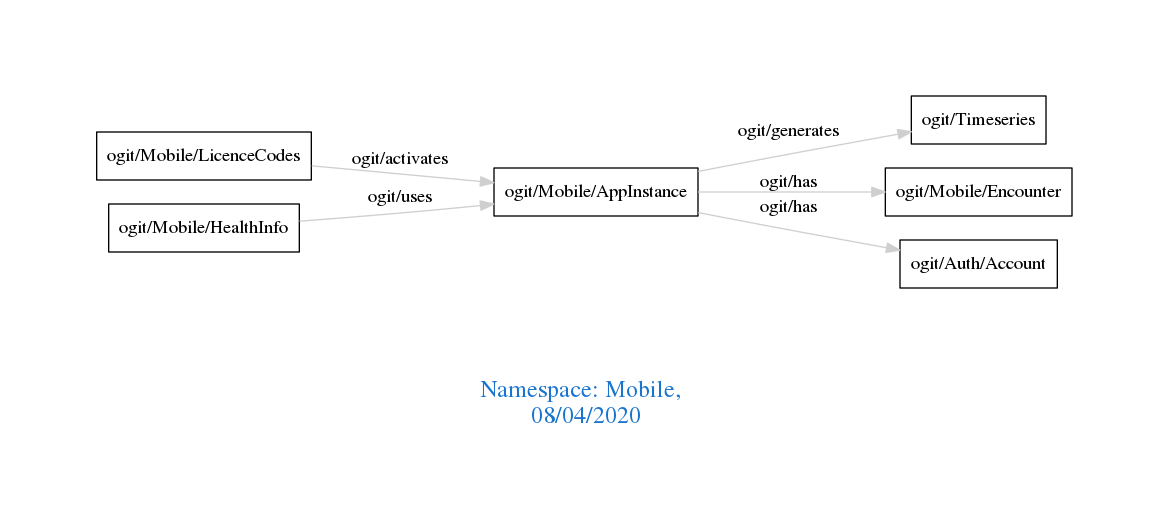
This is downloads/Mobile.png from arago/OGIT, a Graphviz export, as it was before one commit. Its source is kept beside it as downloads/Mobile.dot. The source it was exported from:
```dot
digraph OGIT_ontology {
 graph [ rankdir= LR,pad=1
fontsize = 18,
fontcolor= dodgerblue3,label = "\n\n\nNamespace: Mobile, \n 08/04/2020"];
node[shape=polygon];
edge [  color="gray81"];

   "ogit/Mobile/AppInstance" -> "ogit/Timeseries" [label="   ogit/generates    "];
   "ogit/Mobile/LicenceCodes" -> "ogit/Mobile/AppInstance" [label="   ogit/activates    "];
   "ogit/Mobile/HealthInfo" -> "ogit/Mobile/AppInstance" [label="   ogit/uses    "];
   "ogit/Mobile/AppInstance" -> "ogit/Mobile/Encounter" [label="   ogit/has    "];
   "ogit/Mobile/AppInstance" -> "ogit/Auth/Account" [label="   ogit/has    "];
}
```
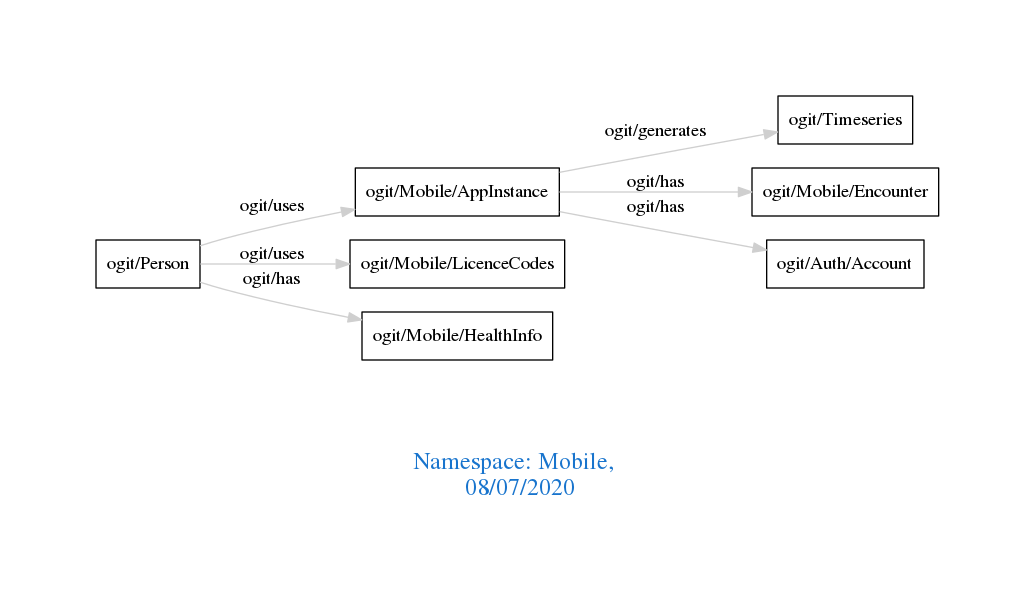
Later version of the same file.

What changed in the source:
```diff
@@ -1,13 +1,14 @@
 digraph OGIT_ontology {
  graph [ rankdir= LR,pad=1
 fontsize = 18,
-fontcolor= dodgerblue3,label = "\n\n\nNamespace: Mobile, \n 08/04/2020"];
+fontcolor= dodgerblue3,label = "\n\n\nNamespace: Mobile, \n 08/07/2020"];
 node[shape=polygon];
 edge [  color="gray81"];
 
    "ogit/Mobile/AppInstance" -> "ogit/Timeseries" [label="   ogit/generates    "];
-   "ogit/Mobile/LicenceCodes" -> "ogit/Mobile/AppInstance" [label="   ogit/activates    "];
-   "ogit/Mobile/HealthInfo" -> "ogit/Mobile/AppInstance" [label="   ogit/uses    "];
+   "ogit/Person" -> "ogit/Mobile/AppInstance" [label="   ogit/uses    "];
+   "ogit/Person" -> "ogit/Mobile/LicenceCodes" [label="   ogit/uses    "];
    "ogit/Mobile/AppInstance" -> "ogit/Mobile/Encounter" [label="   ogit/has    "];
    "ogit/Mobile/AppInstance" -> "ogit/Auth/Account" [label="   ogit/has    "];
+   "ogit/Person" -> "ogit/Mobile/HealthInfo" [label="   ogit/has    "];
 }
```
